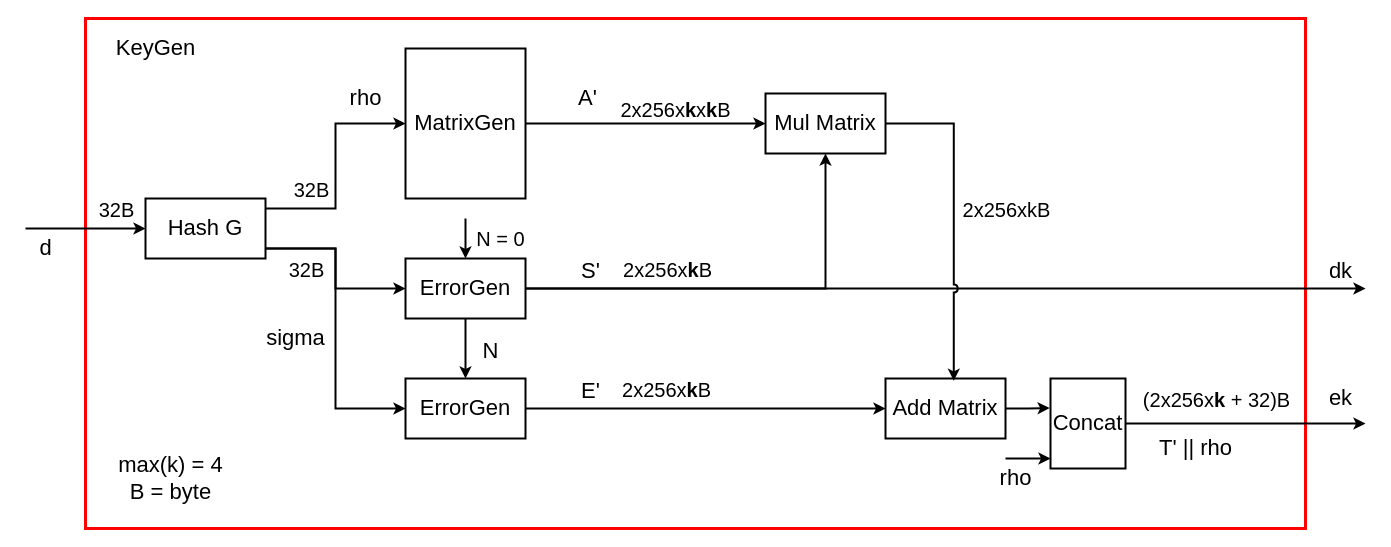
Winxkin/KyberV keeps this draw.io diagram as page "KeyGen" (2 of 3) of docs/design/KyberV.drawio. Above is the earlier version. Source tidied: cells renumbered, new cells numbered last; positions are measured from the earlier drawing's top-left corner, leaving out a move shared by most shapes. Both pictures are drawn from the tidied source at 100%, with x=0, y=0 at pixel (25, 18).
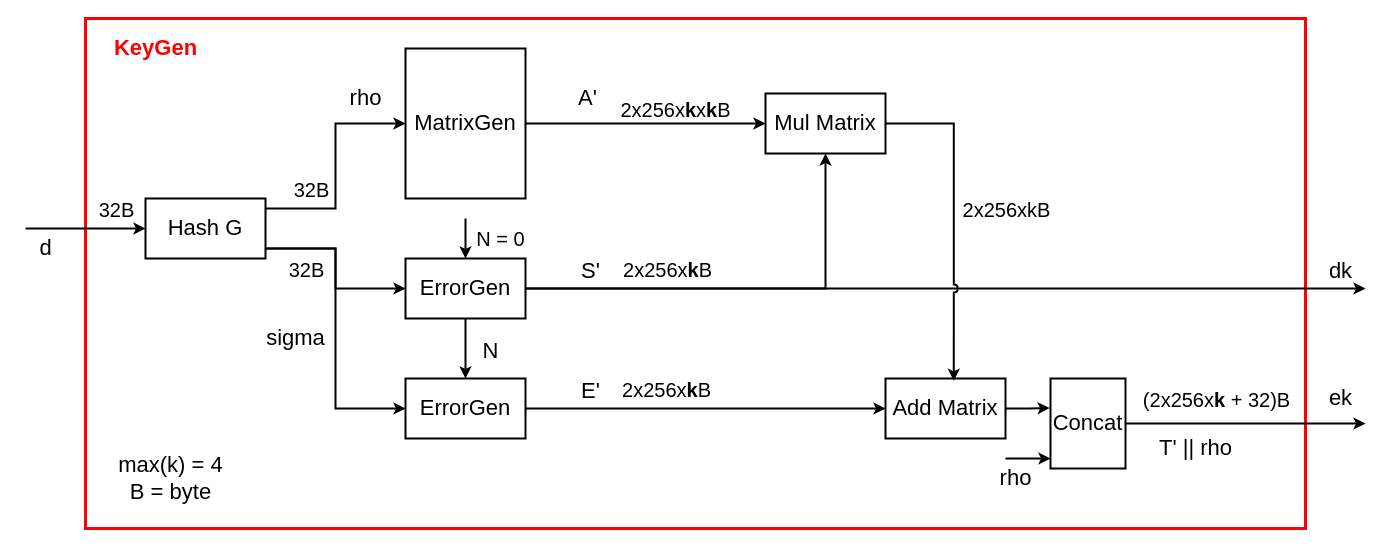
The same page after the edit.

The edit, as a diff of the source:
```diff
@@
-    <mxCell id="45" value="&lt;font style=&quot;font-size: 22px;&quot;&gt;KeyGen&lt;/font&gt;" style="text;html=1;align=center;verticalAlign=middle;strokeColor=none;fillColor=none;" parent="1" vertex="1">
-      <mxGeometry x="80" y="10" width="100" height="40" as="geometry" />
+    <mxCell id="45" value="&lt;font color=&quot;#ff0000&quot; style=&quot;font-size: 22px;&quot;&gt;&lt;b&gt;KeyGen&lt;/b&gt;&lt;/font&gt;" style="text;html=1;align=center;verticalAlign=middle;strokeColor=none;fillColor=none;" parent="1" vertex="1">
+      <mxGeometry x="75" y="10" width="110" height="40" as="geometry" />
     </mxCell>
```
